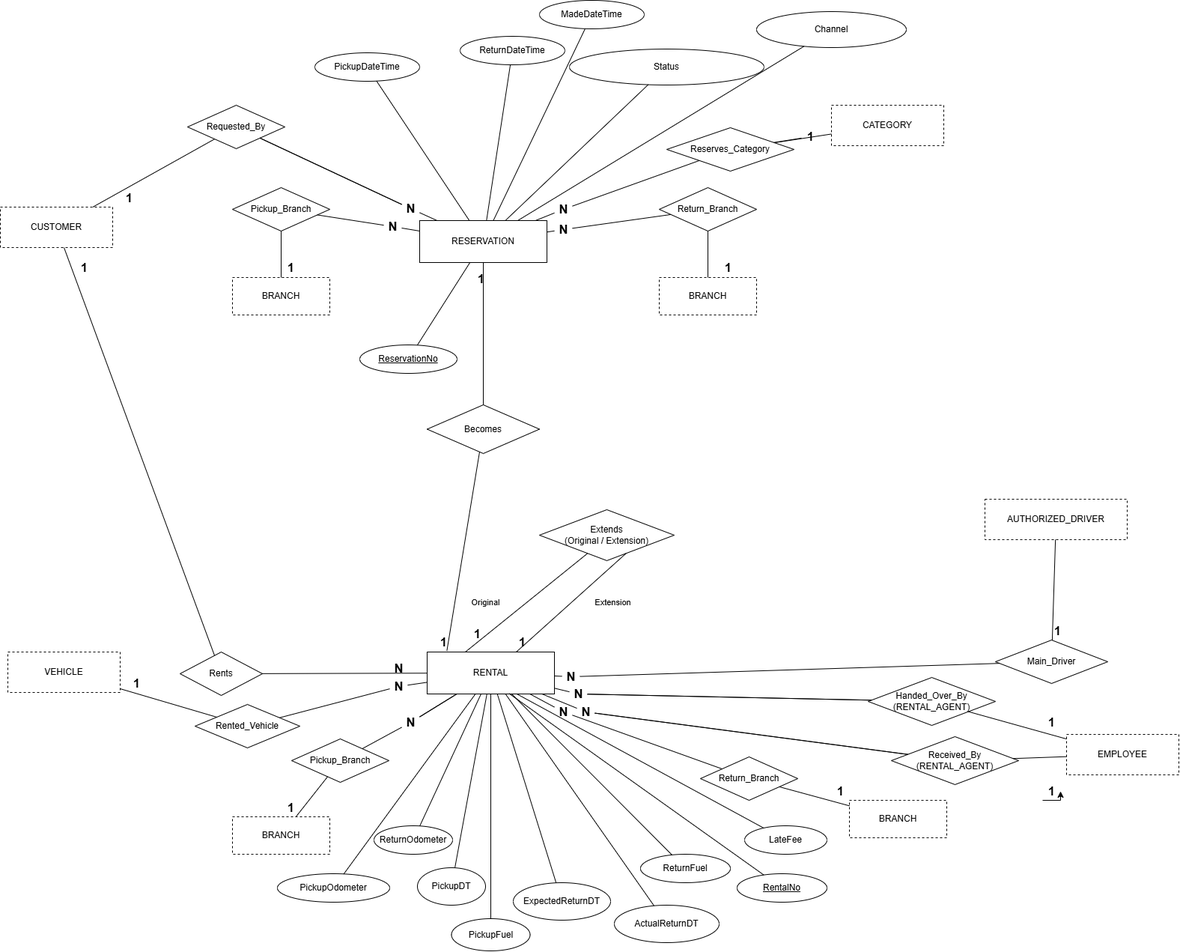
Earlier version of the draw.io export exports/1-ERD-4-Rentals.png (ayaanegm108-web/ayaanegm108-web-Database-Assignment-1). Source tidied: cells renumbered, new cells last; positions are measured from the earlier drawing's top-left corner, leaving out a move shared by most shapes.
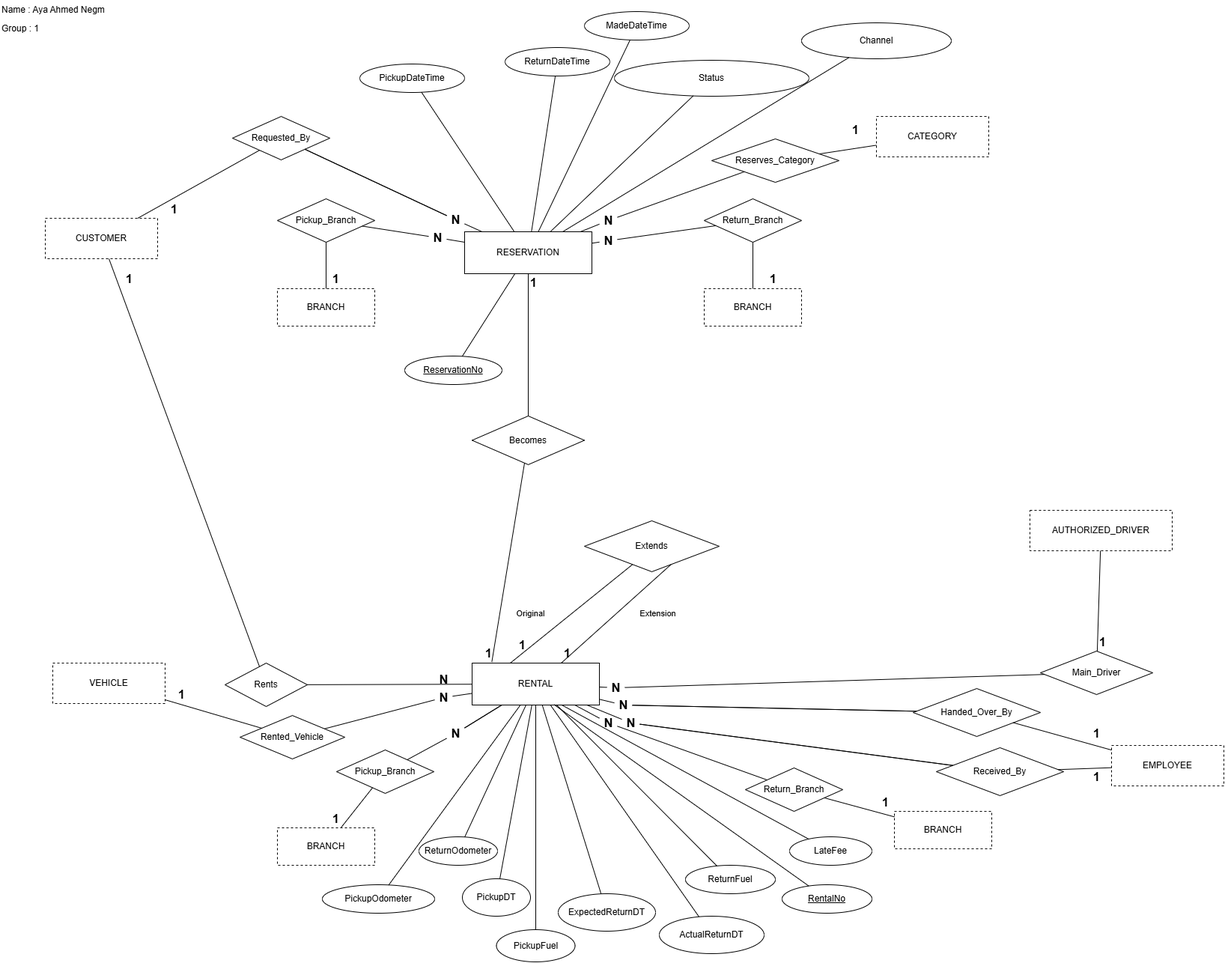
After the commit.

The edit, as a diff of the source:
```diff
@@ -233,7 +233,7 @@
     <mxCell id="78" value="1" style="text;html=1;strokeColor=none;fillColor=none;align=center;verticalAlign=middle;fontSize=16;fontStyle=1;" parent="1" vertex="1">
       <mxGeometry x="1110" y="1044" width="24" height="24" as="geometry" />
     </mxCell>
-    <mxCell id="79" value="Handed_Over_By&lt;br&gt;(RENTAL_AGENT)" style="rhombus;whiteSpace=wrap;html=1;align=center;" parent="1" vertex="1">
+    <mxCell id="79" value="Handed_Over_By" style="rhombus;whiteSpace=wrap;html=1;align=center;" parent="1" vertex="1">
       <mxGeometry x="1159" y="904" width="170" height="64" as="geometry" />
     </mxCell>
     <mxCell id="80" style="endArrow=none;startArrow=none;html=1;startFill=0;endFill=0;" parent="1" edge="1" source="11" target="79">
@@ -245,7 +245,7 @@
     <mxCell id="82" value="1" style="text;html=1;strokeColor=none;fillColor=none;align=center;verticalAlign=middle;fontSize=16;fontStyle=1;" parent="1" vertex="1">
       <mxGeometry x="1392" y="952" width="24" height="24" as="geometry" />
     </mxCell>
-    <mxCell id="83" value="Received_By&lt;br&gt;(RENTAL_AGENT)" style="rhombus;whiteSpace=wrap;html=1;align=center;" parent="1" vertex="1">
+    <mxCell id="83" value="Received_By" style="rhombus;whiteSpace=wrap;html=1;align=center;" parent="1" vertex="1">
       <mxGeometry x="1190" y="983" width="170" height="64" as="geometry" />
     </mxCell>
     <mxCell id="84" style="endArrow=none;startArrow=none;html=1;startFill=0;endFill=0;" parent="1" edge="1" source="11" target="83">
@@ -255,7 +255,7 @@
       <mxGeometry relative="1" as="geometry" />
     </mxCell>
     <mxCell id="86" value="1" style="text;html=1;strokeColor=none;fillColor=none;align=center;verticalAlign=middle;fontSize=16;fontStyle=1;" parent="1" vertex="1">
-      <mxGeometry x="1392" y="1044" width="24" height="24" as="geometry" />
+      <mxGeometry x="1392" y="1010" width="24" height="24" as="geometry" />
     </mxCell>
     <mxCell id="87" value="Main_Driver" style="rhombus;whiteSpace=wrap;html=1;align=center;" parent="1" vertex="1">
       <mxGeometry x="1329" y="854" width="150" height="58" as="geometry" />
@@ -269,7 +269,7 @@
     <mxCell id="90" value="1" style="text;html=1;strokeColor=none;fillColor=none;align=center;verticalAlign=middle;fontSize=16;fontStyle=1;" parent="1" vertex="1">
       <mxGeometry x="1400" y="830" width="24" height="24" as="geometry" />
     </mxCell>
-    <mxCell id="91" value="Extends&lt;br&gt;(Original / Extension)" style="rhombus;whiteSpace=wrap;html=1;align=center;" parent="1" vertex="1">
+    <mxCell id="91" value="Extends" style="rhombus;whiteSpace=wrap;html=1;align=center;" parent="1" vertex="1">
       <mxGeometry x="720" y="680" width="180" height="68" as="geometry" />
     </mxCell>
     <mxCell id="92" value="Original" style="endArrow=none;startArrow=none;html=1;startFill=0;endFill=0;exitX=0.3;exitY=0;exitDx=0;exitDy=0;entryX=0.3;entryY=1;entryDx=0;entryDy=0;" parent="1" edge="1" source="3" target="91">
@@ -300,17 +300,14 @@
     <mxCell id="99" style="endArrow=none;startArrow=none;html=1;startFill=0;endFill=0;double=1;" parent="1" edge="1" source="79" target="111">
       <mxGeometry relative="1" as="geometry" />
     </mxCell>
-    <mxCell id="100" style="endArrow=none;startArrow=none;html=1;startFill=0;endFill=0;" parent="1" edge="1" source="47" target="101">
-      <mxGeometry relative="1" as="geometry" />
-    </mxCell>
     <mxCell id="101" value="1" style="text;html=1;strokeColor=none;fillColor=none;align=center;verticalAlign=middle;fontSize=16;fontStyle=1;" parent="1" vertex="1">
-      <mxGeometry x="1070" y="170" width="24" height="24" as="geometry" />
+      <mxGeometry x="1070" y="146" width="24" height="24" as="geometry" />
     </mxCell>
     <mxCell id="102" style="endArrow=none;startArrow=none;html=1;startFill=0;endFill=0;double=1;" parent="1" edge="1" source="43" target="119">
       <mxGeometry relative="1" as="geometry" />
     </mxCell>
     <mxCell id="103" value="1" style="text;html=1;strokeColor=none;fillColor=none;align=center;verticalAlign=middle;fontSize=16;fontStyle=1;" parent="1" vertex="1">
-      <mxGeometry x="630" y="360" width="24" height="24" as="geometry" />
+      <mxGeometry x="640" y="350" width="24" height="24" as="geometry" />
     </mxCell>
     <mxCell id="104" style="endArrow=none;startArrow=none;html=1;startFill=0;endFill=0;double=1;" parent="1" edge="1" source="3" target="105">
       <mxGeometry relative="1" as="geometry" />
@@ -345,9 +342,6 @@
     <mxCell id="114" value="N" style="text;html=1;strokeColor=none;fillColor=none;align=center;verticalAlign=middle;fontSize=16;fontStyle=1;" parent="1" vertex="1">
       <mxGeometry x="740" y="938" width="24" height="24" as="geometry" />
     </mxCell>
-    <mxCell id="115" style="edgeStyle=orthogonalEdgeStyle;rounded=0;orthogonalLoop=1;jettySize=auto;html=1;innerLoopWaypoints=1;exitX=0;exitY=1;exitDx=0;exitDy=0;entryX=1;entryY=0.5;entryDx=0;entryDy=0;defaultLabelBackgroundColor=page;" parent="1" edge="1" source="86" target="86">
-      <mxGeometry relative="1" as="geometry" />
-    </mxCell>
     <mxCell id="116" style="endArrow=none;startArrow=none;html=1;startFill=0;endFill=0;double=1;" parent="1" edge="1" source="2" target="117">
       <mxGeometry relative="1" as="geometry" />
     </mxCell>
@@ -372,5 +366,11 @@
     <mxCell id="123" value="N" style="text;html=1;strokeColor=none;fillColor=none;align=center;verticalAlign=middle;fontSize=16;fontStyle=1;" parent="1" vertex="1">
       <mxGeometry x="740" y="294" width="24" height="24" as="geometry" />
     </mxCell>
+    <mxCell id="124" value="Name : Aya Ahmed Negm" style="text;html=1;whiteSpace=wrap;strokeColor=none;fillColor=none;align=left;verticalAlign=middle;" parent="1" vertex="1">
+      <mxGeometry x="-60" y="-15" width="230" height="25" as="geometry" />
+    </mxCell>
+    <mxCell id="125" value="Group : 1" style="text;html=1;whiteSpace=wrap;strokeColor=none;fillColor=none;align=left;verticalAlign=middle;" parent="1" vertex="1">
+      <mxGeometry x="-60" y="10" width="110" height="25" as="geometry" />
+    </mxCell>
   </root>
 </mxGraphModel>
```
